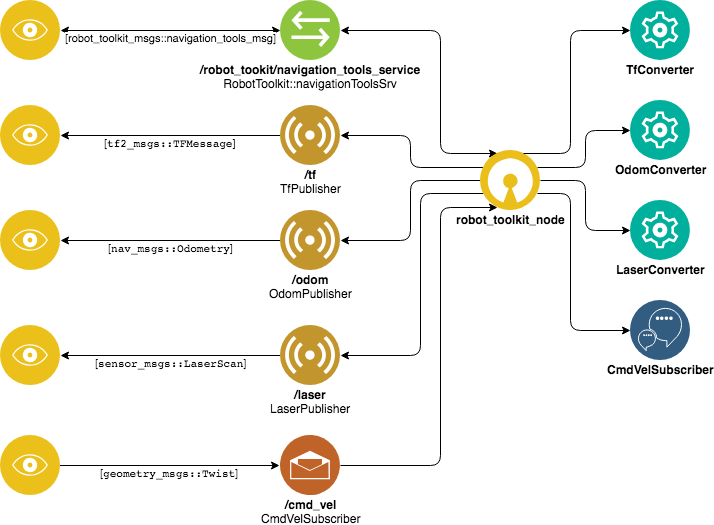
The draw.io diagram wiki/images/navigation_tools/navigation_tools_diagram.png in NicolasRochaPacheco/robot_toolkit, before a commit. Source tidied: cells renumbered, new cells last; positions are measured from the earlier drawing's top-left corner, leaving out a move shared by most shapes.
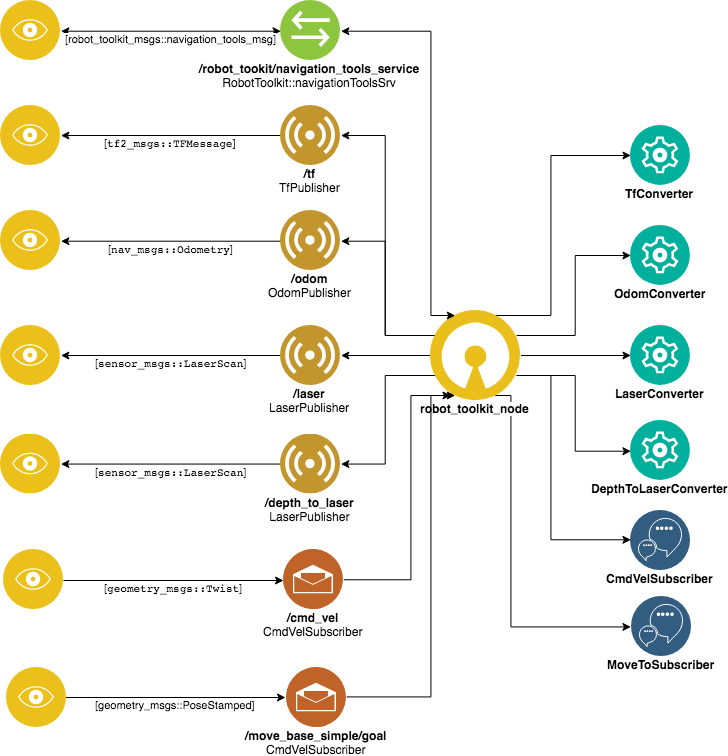
After the change.

The edit, as a diff of the source:
```diff
@@ -2,44 +2,53 @@
   <root>
     <mxCell id="0" />
     <mxCell id="1" parent="0" />
-    <mxCell id="2" style="edgeStyle=orthogonalEdgeStyle;jettySize=auto;html=1;exitX=1;exitY=0.25;exitDx=0;exitDy=0;entryX=0;entryY=0.5;entryDx=0;entryDy=0;fontColor=#000000;rounded=1;spacingTop=-5;" parent="1" edge="1" source="9" target="18">
-      <mxGeometry relative="1" as="geometry" />
-    </mxCell>
-    <mxCell id="3" style="edgeStyle=orthogonalEdgeStyle;rounded=1;jettySize=auto;html=1;exitX=1;exitY=0.5;exitDx=0;exitDy=0;entryX=0;entryY=0.5;entryDx=0;entryDy=0;fontColor=#000000;spacingTop=-5;" parent="1" edge="1" source="9" target="19">
-      <mxGeometry relative="1" as="geometry" />
-    </mxCell>
-    <mxCell id="4" style="edgeStyle=orthogonalEdgeStyle;rounded=1;jettySize=auto;html=1;exitX=1;exitY=0.75;exitDx=0;exitDy=0;entryX=0;entryY=0.5;entryDx=0;entryDy=0;fontColor=#000000;spacingTop=-5;" parent="1" edge="1" source="9" target="20">
-      <mxGeometry relative="1" as="geometry">
-        <Array as="points">
-          <mxPoint x="570" y="193" />
-          <mxPoint x="570" y="330" />
-        </Array>
-      </mxGeometry>
-    </mxCell>
-    <mxCell id="5" style="edgeStyle=orthogonalEdgeStyle;rounded=1;jettySize=auto;html=1;exitX=0.25;exitY=0;exitDx=0;exitDy=0;entryX=1;entryY=0.5;entryDx=0;entryDy=0;fontColor=#000000;startArrow=classic;startFill=1;spacingTop=-5;" parent="1" edge="1" source="9" target="13">
-      <mxGeometry relative="1" as="geometry">
-        <Array as="points">
-          <mxPoint x="440" y="153" />
-          <mxPoint x="440" y="30" />
-        </Array>
-      </mxGeometry>
-    </mxCell>
-    <mxCell id="6" style="edgeStyle=orthogonalEdgeStyle;rounded=1;jettySize=auto;html=1;exitX=0;exitY=0.25;exitDx=0;exitDy=0;entryX=1;entryY=0.5;entryDx=0;entryDy=0;startArrow=none;startFill=0;endArrow=classic;endFill=1;fontColor=#000000;spacingTop=-5;" parent="1" edge="1" source="9" target="11">
-      <mxGeometry relative="1" as="geometry" />
-    </mxCell>
-    <mxCell id="7" style="edgeStyle=orthogonalEdgeStyle;rounded=1;jettySize=auto;html=1;exitX=0;exitY=0.5;exitDx=0;exitDy=0;entryX=1;entryY=0.5;entryDx=0;entryDy=0;startArrow=none;startFill=0;endArrow=classic;endFill=1;fontColor=#000000;spacingTop=-5;" parent="1" edge="1" source="9" target="25">
+    <mxCell id="7" style="edgeStyle=orthogonalEdgeStyle;rounded=0;jettySize=auto;html=1;exitX=0;exitY=0.25;exitDx=0;exitDy=0;entryX=1;entryY=0.5;entryDx=0;entryDy=0;" parent="1" edge="1" source="9" target="25">
       <mxGeometry relative="1" as="geometry" />
     </mxCell>
-    <mxCell id="8" style="edgeStyle=orthogonalEdgeStyle;rounded=1;jettySize=auto;html=1;exitX=0;exitY=0.75;exitDx=0;exitDy=0;entryX=1;entryY=0.5;entryDx=0;entryDy=0;startArrow=none;startFill=0;endArrow=classic;endFill=1;fontColor=#000000;spacingTop=-5;" parent="1" edge="1" source="9" target="28">
-      <mxGeometry relative="1" as="geometry">
-        <Array as="points">
-          <mxPoint x="420" y="193" />
-          <mxPoint x="420" y="355" />
-        </Array>
-      </mxGeometry>
+    <mxCell id="8" style="edgeStyle=orthogonalEdgeStyle;rounded=0;jettySize=auto;html=1;exitX=0;exitY=0.5;exitDx=0;exitDy=0;entryX=1;entryY=0.5;entryDx=0;entryDy=0;" parent="1" edge="1" source="9" target="28">
+      <mxGeometry relative="1" as="geometry" />
     </mxCell>
+    <mxCell id="6" style="edgeStyle=orthogonalEdgeStyle;rounded=0;jettySize=auto;html=1;exitX=0;exitY=0.25;exitDx=0;exitDy=0;entryX=1;entryY=0.5;entryDx=0;entryDy=0;" parent="1" edge="1" source="9" target="11">
+      <mxGeometry relative="1" as="geometry" />
+    </mxCell>
+    <mxCell id="32" style="edgeStyle=orthogonalEdgeStyle;rounded=0;jettySize=auto;html=1;exitX=0;exitY=0.75;exitDx=0;exitDy=0;entryX=1;entryY=0.5;entryDx=0;entryDy=0;" parent="1" edge="1" source="9" target="41">
+      <mxGeometry relative="1" as="geometry" />
+    </mxCell>
+    <mxCell id="3" style="edgeStyle=orthogonalEdgeStyle;rounded=0;jettySize=auto;html=1;exitX=1;exitY=0.5;exitDx=0;exitDy=0;entryX=0;entryY=0.5;entryDx=0;entryDy=0;" parent="1" edge="1" source="9" target="19">
+      <mxGeometry relative="1" as="geometry" />
+    </mxCell>
+    <mxCell id="2" style="edgeStyle=orthogonalEdgeStyle;rounded=0;jettySize=auto;html=1;exitX=1;exitY=0.25;exitDx=0;exitDy=0;entryX=0;entryY=0.5;entryDx=0;entryDy=0;" parent="1" edge="1" source="9" target="18">
+      <mxGeometry relative="1" as="geometry" />
+    </mxCell>
+    <mxCell id="33" style="edgeStyle=orthogonalEdgeStyle;rounded=0;jettySize=auto;html=1;exitX=1;exitY=0.75;exitDx=0;exitDy=0;entryX=0;entryY=0.5;entryDx=0;entryDy=0;" parent="1" edge="1" source="9" target="44">
+      <mxGeometry relative="1" as="geometry" />
+    </mxCell>
+    <mxCell id="17" style="edgeStyle=orthogonalEdgeStyle;rounded=0;jettySize=auto;html=1;exitX=0.75;exitY=0;exitDx=0;exitDy=0;entryX=0;entryY=0.5;entryDx=0;entryDy=0;" parent="1" edge="1" source="9" target="14">
+      <mxGeometry relative="1" as="geometry">
+        <Array as="points">
+          <mxPoint x="550" y="315" />
+          <mxPoint x="550" y="155" />
+        </Array>
+      </mxGeometry>
+    </mxCell>
+    <mxCell id="4" style="edgeStyle=orthogonalEdgeStyle;rounded=0;jettySize=auto;html=1;exitX=1;exitY=0.75;exitDx=0;exitDy=0;entryX=0;entryY=0.5;entryDx=0;entryDy=0;" parent="1" edge="1" source="9" target="20">
+      <mxGeometry relative="1" as="geometry">
+        <Array as="points">
+          <mxPoint x="550" y="375" />
+          <mxPoint x="550" y="540" />
+        </Array>
+      </mxGeometry>
+    </mxCell>
+    <mxCell id="34" style="edgeStyle=orthogonalEdgeStyle;rounded=0;jettySize=auto;html=1;exitX=0.75;exitY=1;exitDx=0;exitDy=0;entryX=0;entryY=0.5;entryDx=0;entryDy=0;startArrow=none;startFill=0;" parent="1" edge="1" source="9" target="43">
+      <mxGeometry relative="1" as="geometry">
+        <Array as="points">
+          <mxPoint x="510" y="395" />
+          <mxPoint x="510" y="626" />
+        </Array>
+      </mxGeometry>
+    </mxCell>
     <mxCell id="9" value="robot_toolkit_node" style="perimeter=ellipsePerimeter;html=1;align=center;shadow=0;dashed=0;fontColor=#000000;labelBackgroundColor=#ffffff;fontSize=12;spacingTop=-5;image;image=img/lib/ibm/applications/open_source_tools.svg;fontStyle=1;" parent="1" vertex="1">
-      <mxGeometry x="480" y="150" width="60" height="60" as="geometry" />
+      <mxGeometry x="430" y="310" width="90" height="90" as="geometry" />
     </mxCell>
     <mxCell id="10" value="[&lt;code&gt;&lt;span&gt;tf2_msgs&lt;/span&gt;&lt;span&gt;::&lt;/span&gt;&lt;span&gt;TFMessage&lt;/span&gt;&lt;/code&gt;]" style="edgeStyle=orthogonalEdgeStyle;rounded=1;jettySize=auto;html=1;exitX=0;exitY=0.5;exitDx=0;exitDy=0;entryX=1;entryY=0.5;entryDx=0;entryDy=0;startArrow=none;startFill=0;endArrow=classic;endFill=1;fontColor=#000000;verticalAlign=top;horizontal=1;spacingTop=-5;" parent="1" edge="1" source="11" target="23">
       <mxGeometry relative="1" as="geometry" />
@@ -50,38 +59,39 @@
     <mxCell id="12" style="edgeStyle=orthogonalEdgeStyle;rounded=1;jettySize=auto;html=1;exitX=0;exitY=0.5;exitDx=0;exitDy=0;entryX=1;entryY=0.5;entryDx=0;entryDy=0;fontColor=#000000;strokeColor=none;startArrow=classic;startFill=1;verticalAlign=top;horizontal=1;spacingTop=-5;" parent="1" edge="1" source="13" target="22">
       <mxGeometry relative="1" as="geometry" />
     </mxCell>
+    <mxCell id="35" style="edgeStyle=orthogonalEdgeStyle;rounded=0;jettySize=auto;html=1;exitX=1;exitY=0.5;exitDx=0;exitDy=0;entryX=0.25;entryY=0;entryDx=0;entryDy=0;startArrow=classic;startFill=1;" parent="1" edge="1" source="13" target="9">
+      <mxGeometry relative="1" as="geometry">
+        <Array as="points">
+          <mxPoint x="430" y="30" />
+          <mxPoint x="430" y="315" />
+        </Array>
+      </mxGeometry>
+    </mxCell>
     <mxCell id="13" value="/robot_tookit/navigation_tools_service&lt;br&gt;&lt;span style=&quot;font-weight: normal&quot;&gt;RobotToolkit::navigationToolsSrv&lt;/span&gt;&lt;br&gt;" style="perimeter=ellipsePerimeter;html=1;align=center;shadow=0;dashed=0;fontColor=#000000;labelBackgroundColor=#ffffff;fontSize=12;spacingTop=-5;image;image=img/lib/ibm/vpc/Bridge.svg;fontStyle=1;verticalAlign=top;horizontal=1;" parent="1" vertex="1">
       <mxGeometry x="280" width="60" height="60" as="geometry" />
     </mxCell>
     <mxCell id="14" value="TfConverter&lt;br&gt;" style="perimeter=ellipsePerimeter;html=1;align=center;shadow=0;dashed=0;fontColor=#000000;labelBackgroundColor=#ffffff;fontSize=12;spacingTop=-5;image;image=img/lib/ibm/management/management.svg;fontStyle=1;" parent="1" vertex="1">
-      <mxGeometry x="630" width="60" height="60" as="geometry" />
+      <mxGeometry x="630" y="125" width="60" height="60" as="geometry" />
     </mxCell>
-    <mxCell id="15" style="edgeStyle=orthogonalEdgeStyle;rounded=1;jettySize=auto;html=1;exitX=1;exitY=0.5;exitDx=0;exitDy=0;entryX=0.25;entryY=1;entryDx=0;entryDy=0;startArrow=none;startFill=0;endArrow=classic;endFill=1;fontColor=#000000;spacingTop=-5;" parent="1" edge="1" source="16" target="9">
+    <mxCell id="15" style="edgeStyle=orthogonalEdgeStyle;rounded=0;jettySize=auto;html=1;exitX=1;exitY=0.5;exitDx=0;exitDy=0;entryX=0.25;entryY=1;entryDx=0;entryDy=0;" parent="1" edge="1" source="16" target="9">
       <mxGeometry relative="1" as="geometry">
         <Array as="points">
-          <mxPoint x="440" y="465" />
-          <mxPoint x="440" y="207" />
+          <mxPoint x="410" y="579" />
+          <mxPoint x="410" y="395" />
         </Array>
       </mxGeometry>
     </mxCell>
     <mxCell id="16" value="/cmd_vel&lt;br&gt;&lt;span style=&quot;font-weight: normal&quot;&gt;CmdVelSubscriber&lt;/span&gt;&lt;br&gt;" style="perimeter=ellipsePerimeter;html=1;align=center;shadow=0;dashed=0;fontColor=#000000;labelBackgroundColor=#ffffff;fontSize=12;spacingTop=-5;image;image=img/lib/ibm/social/messaging.svg;fontStyle=1;verticalAlign=top;horizontal=1;" parent="1" vertex="1">
-      <mxGeometry x="280" y="435" width="60" height="60" as="geometry" />
+      <mxGeometry x="283" y="549" width="60" height="60" as="geometry" />
     </mxCell>
-    <mxCell id="17" style="edgeStyle=elbowEdgeStyle;elbow=horizontal;endArrow=classic;html=1;fontColor=#000000;exitX=0.75;exitY=0;exitDx=0;exitDy=0;entryX=0;entryY=0.5;entryDx=0;entryDy=0;spacingTop=-5;" parent="1" edge="1" source="9" target="14">
-      <mxGeometry relative="1" as="geometry">
-        <Array as="points">
-          <mxPoint x="570" y="85" />
-        </Array>
-      </mxGeometry>
-    </mxCell>
     <mxCell id="18" value="OdomConverter" style="perimeter=ellipsePerimeter;html=1;align=center;shadow=0;dashed=0;fontColor=#000000;labelBackgroundColor=#ffffff;fontSize=12;spacingTop=-5;image;image=img/lib/ibm/management/management.svg;fontStyle=1;" parent="1" vertex="1">
-      <mxGeometry x="630" y="100" width="60" height="60" as="geometry" />
+      <mxGeometry x="630" y="225" width="60" height="60" as="geometry" />
     </mxCell>
     <mxCell id="19" value="LaserConverter" style="perimeter=ellipsePerimeter;html=1;align=center;shadow=0;dashed=0;fontColor=#000000;labelBackgroundColor=#ffffff;fontSize=12;spacingTop=-5;image;image=img/lib/ibm/management/management.svg;fontStyle=1;" parent="1" vertex="1">
-      <mxGeometry x="630" y="200" width="60" height="60" as="geometry" />
+      <mxGeometry x="630" y="325" width="60" height="60" as="geometry" />
     </mxCell>
     <mxCell id="20" value="CmdVelSubscriber&lt;br&gt;" style="perimeter=ellipsePerimeter;html=1;align=center;shadow=0;dashed=0;fontColor=#000000;labelBackgroundColor=#ffffff;fontSize=12;spacingTop=-5;image;image=img/lib/ibm/data/conversation_trained_deployed.svg;fontStyle=1;" parent="1" vertex="1">
-      <mxGeometry x="630" y="300" width="60" height="60" as="geometry" />
+      <mxGeometry x="630" y="510" width="60" height="60" as="geometry" />
     </mxCell>
     <mxCell id="21" value="[robot_toolkit_msgs::navigation_tools_msg]" style="edgeStyle=orthogonalEdgeStyle;rounded=1;jettySize=auto;html=1;exitX=1;exitY=0.5;exitDx=0;exitDy=0;entryX=0;entryY=0.5;entryDx=0;entryDy=0;startArrow=classic;startFill=1;fontColor=#000000;verticalAlign=top;horizontal=1;spacingTop=-5;" parent="1" edge="1" source="22" target="13">
       <mxGeometry relative="1" as="geometry" />
@@ -112,12 +122,48 @@
     </mxCell>
     <mxCell id="30" value="[&lt;code&gt;&lt;span&gt;geometry_msgs&lt;/span&gt;&lt;span&gt;::&lt;/span&gt;&lt;span&gt;Twist&lt;/span&gt;&lt;/code&gt;]" style="edgeStyle=orthogonalEdgeStyle;rounded=1;orthogonalLoop=1;jettySize=auto;html=1;exitX=1;exitY=0.5;exitDx=0;exitDy=0;startArrow=none;startFill=0;endArrow=classic;endFill=1;fontColor=#000000;verticalAlign=top;horizontal=1;spacingTop=-5;" parent="1" edge="1">
       <mxGeometry relative="1" as="geometry">
-        <mxPoint x="59" y="465" as="sourcePoint" />
-        <mxPoint x="279" y="465" as="targetPoint" />
+        <mxPoint x="63" y="580" as="sourcePoint" />
+        <mxPoint x="283" y="580" as="targetPoint" />
       </mxGeometry>
     </mxCell>
     <mxCell id="31" style="perimeter=ellipsePerimeter;html=1;align=center;shadow=0;dashed=0;fontColor=#4277BB;labelBackgroundColor=#ffffff;fontSize=12;spacingTop=-5;image;image=img/lib/ibm/applications/visualization.svg;verticalAlign=top;horizontal=1;" parent="1" vertex="1">
-      <mxGeometry y="435" width="60" height="60" as="geometry" />
+      <mxGeometry x="3" y="549" width="60" height="60" as="geometry" />
     </mxCell>
+    <mxCell id="36" style="edgeStyle=orthogonalEdgeStyle;rounded=0;jettySize=auto;html=1;exitX=1;exitY=0.5;exitDx=0;exitDy=0;" parent="1" edge="1" source="37">
+      <mxGeometry relative="1" as="geometry">
+        <mxPoint x="450" y="395" as="targetPoint" />
+        <Array as="points">
+          <mxPoint x="430" y="696" />
+          <mxPoint x="430" y="395" />
+        </Array>
+      </mxGeometry>
+    </mxCell>
+    <mxCell id="37" value="/move_base_simple/goal&lt;br&gt;&lt;span style=&quot;font-weight: normal&quot;&gt;CmdVelSubscriber&lt;/span&gt;&lt;br&gt;" style="perimeter=ellipsePerimeter;html=1;align=center;shadow=0;dashed=0;fontColor=#000000;labelBackgroundColor=#ffffff;fontSize=12;spacingTop=-5;image;image=img/lib/ibm/social/messaging.svg;fontStyle=1;verticalAlign=top;horizontal=1;" parent="1" vertex="1">
+      <mxGeometry x="286" y="667" width="60" height="60" as="geometry" />
+    </mxCell>
+    <mxCell id="38" value="[geometry_msgs::PoseStamped]" style="edgeStyle=orthogonalEdgeStyle;rounded=1;orthogonalLoop=1;jettySize=auto;html=1;exitX=1;exitY=0.5;exitDx=0;exitDy=0;startArrow=none;startFill=0;endArrow=classic;endFill=1;fontColor=#000000;verticalAlign=top;horizontal=1;spacingTop=-5;" parent="1" edge="1">
+      <mxGeometry relative="1" as="geometry">
+        <mxPoint x="65" y="697" as="sourcePoint" />
+        <mxPoint x="285" y="697" as="targetPoint" />
+      </mxGeometry>
+    </mxCell>
+    <mxCell id="39" style="perimeter=ellipsePerimeter;html=1;align=center;shadow=0;dashed=0;fontColor=#4277BB;labelBackgroundColor=#ffffff;fontSize=12;spacingTop=-5;image;image=img/lib/ibm/applications/visualization.svg;verticalAlign=top;horizontal=1;" parent="1" vertex="1">
+      <mxGeometry x="6" y="667" width="60" height="60" as="geometry" />
+    </mxCell>
+    <mxCell id="40" value="[&lt;code&gt;&lt;span&gt;sensor_msgs&lt;/span&gt;&lt;span&gt;::&lt;/span&gt;&lt;span&gt;LaserScan&lt;/span&gt;&lt;/code&gt;]" style="edgeStyle=orthogonalEdgeStyle;rounded=1;jettySize=auto;html=1;exitX=0;exitY=0.5;exitDx=0;exitDy=0;entryX=1;entryY=0.5;entryDx=0;entryDy=0;startArrow=none;startFill=0;endArrow=classic;endFill=1;fontColor=#000000;verticalAlign=top;horizontal=1;spacingTop=-5;" parent="1" edge="1" source="41" target="42">
+      <mxGeometry relative="1" as="geometry" />
+    </mxCell>
+    <mxCell id="41" value="/depth_to_laser&lt;br&gt;&lt;span style=&quot;font-weight: normal&quot;&gt;LaserPublisher&lt;/span&gt;&lt;br&gt;" style="perimeter=ellipsePerimeter;html=1;align=center;shadow=0;dashed=0;fontColor=#000000;labelBackgroundColor=#ffffff;fontSize=12;spacingTop=-5;image;image=img/lib/ibm/users/sensor.svg;fontStyle=1;verticalAlign=top;horizontal=1;" parent="1" vertex="1">
+      <mxGeometry x="280" y="433.5" width="60" height="60" as="geometry" />
+    </mxCell>
+    <mxCell id="42" style="perimeter=ellipsePerimeter;html=1;align=center;shadow=0;dashed=0;fontColor=#4277BB;labelBackgroundColor=#ffffff;fontSize=12;spacingTop=-5;image;image=img/lib/ibm/applications/visualization.svg;verticalAlign=top;horizontal=1;" parent="1" vertex="1">
+      <mxGeometry y="433.5" width="60" height="60" as="geometry" />
+    </mxCell>
+    <mxCell id="43" value="MoveToSubscriber" style="perimeter=ellipsePerimeter;html=1;align=center;shadow=0;dashed=0;fontColor=#000000;labelBackgroundColor=#ffffff;fontSize=12;spacingTop=-5;image;image=img/lib/ibm/data/conversation_trained_deployed.svg;fontStyle=1;" parent="1" vertex="1">
+      <mxGeometry x="631" y="596" width="60" height="60" as="geometry" />
+    </mxCell>
+    <mxCell id="44" value="DepthToLaserConverter" style="perimeter=ellipsePerimeter;html=1;align=center;shadow=0;dashed=0;fontColor=#000000;labelBackgroundColor=#ffffff;fontSize=12;spacingTop=-5;image;image=img/lib/ibm/management/management.svg;fontStyle=1;" parent="1" vertex="1">
+      <mxGeometry x="630" y="420" width="60" height="60" as="geometry" />
+    </mxCell>
   </root>
 </mxGraphModel>
```
